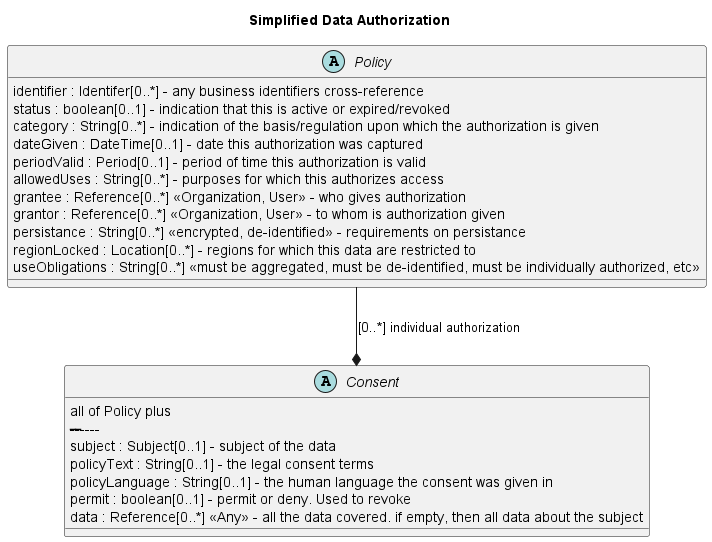
Before: out/metadata-simplified/metadata-simplified-1.png, a diagram exported from PlantUML (JohnMoehrke/Metadata). Source of this version:
```plantuml
@startuml
title Simplified Data Authorization

abstract class Policy {
    identifier : Identifer[0..*] - any business identifiers cross-reference
    status : boolean[0..1] - indication that this is active or expired/revoked
    category : String[0..*] - indication of the basis/regulation upon which the authorization is given
    dateGiven : DateTime[0..1] - date this authorization was captured
    periodValid : Period[0..1] - period of time this authorization is valid
    allowedUses : String[0..*] - purposes for which this authorizes access
    grantee : Reference[0..*] <<Organization, User>> - who gives authorization
    grantor : Reference[0..*] <<Organization, User>> - to whom is authorization given
    persistance : String[0..*] <<encrypted, de-identified>> - requirements on persistance
    regionLocked : Location[0..*] - regions for which this data are restricted to
    useObligations : String[0..*] <<must be aggregated, must be de-identified, must be individually authorized, etc>>
}
Policy -down-* Consent : [0..*] individual authorization

abstract class Consent {
 all of Policy plus
    --------------
    subject : Subject[0..1] - subject of the data
    policyText : String[0..1] - the legal consent terms
    policyLanguage : String[0..1] - the human language the consent was given in
    permit : boolean[0..1] - permit or deny. Used to revoke
    data : Reference[0..*] <<Any>> - all the data covered. if empty, then all data about the subject
}

@enduml
```
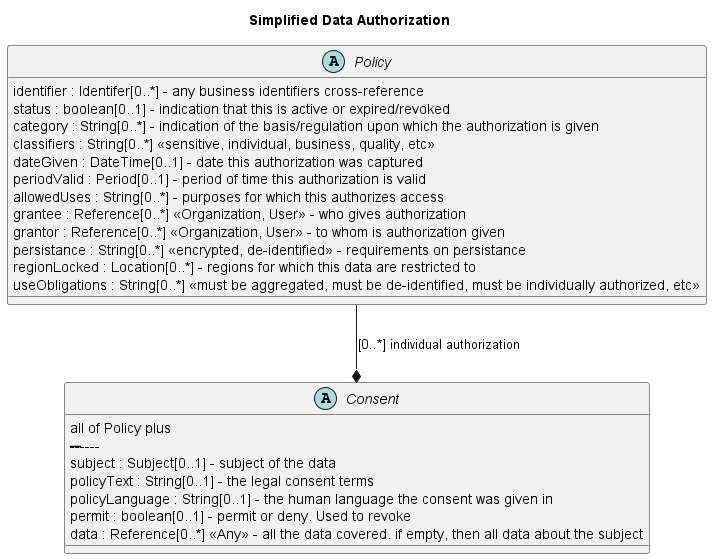
Above is the later version.

Change to the diagram source:
```diff
@@ -5,6 +5,7 @@
     identifier : Identifer[0..*] - any business identifiers cross-reference
     status : boolean[0..1] - indication that this is active or expired/revoked
     category : String[0..*] - indication of the basis/regulation upon which the authorization is given
+    classifiers : String[0..*] <<sensitive, individual, business, quality, etc>>
     dateGiven : DateTime[0..1] - date this authorization was captured
     periodValid : Period[0..1] - period of time this authorization is valid
     allowedUses : String[0..*] - purposes for which this authorizes access
```
